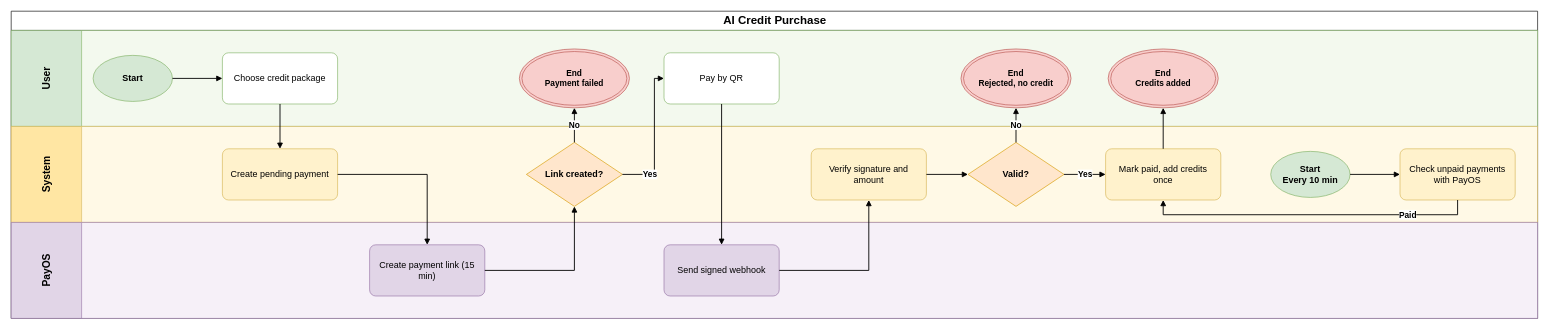
Above: aidlc-docs/inception/main-business-flows/BF-08-AI-Credit-Purchase.drawio in hygef-v4/AI-Powered-Learning-Platform (draw.io), before the change. Source tidied: cells renumbered, new cells numbered last; positions are measured from the earlier drawing's top-left corner, leaving out a move shared by most shapes. Both pictures are drawn from the tidied source at 64%, with x=0, y=0 at pixel (11, 11).
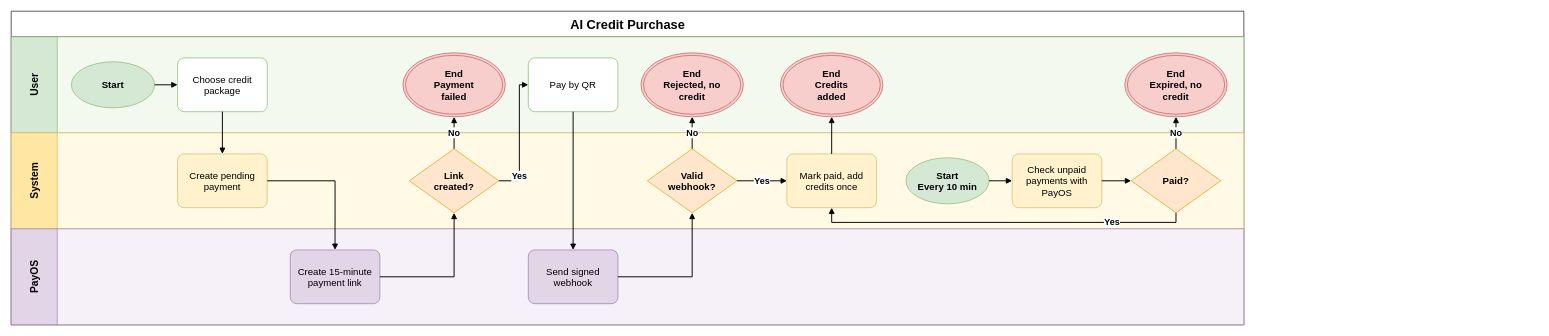
The same diagram, later.

Diff of the diagram source:
```diff
@@
-    <mxCell id="2" value="AI Credit Purchase" style="swimlane;horizontal=1;startSize=30;html=1;fontSize=18;fontStyle=1;align=center;verticalAlign=middle;" parent="1" vertex="1">
-      <mxGeometry width="2385" height="480" as="geometry" />
+    <mxCell id="2" value="AI Credit Purchase" style="swimlane;horizontal=1;startSize=40;html=1;fontSize=20;fontStyle=1;align=center;verticalAlign=middle;" parent="1" vertex="1">
+      <mxGeometry width="1926" height="490" as="geometry" />
     </mxCell>
-    <mxCell id="3" value="User" style="swimlane;startSize=110;horizontal=0;html=1;whiteSpace=wrap;fillColor=#D5E8D4;swimlaneFillColor=#F3F9EE;strokeColor=#82B366;fontSize=16;fontStyle=1;align=center;verticalAlign=middle;spacing=6;" parent="2" vertex="1">
-      <mxGeometry y="30" width="2385" height="150" as="geometry" />
+    <mxCell id="3" value="User" style="swimlane;startSize=72;horizontal=0;html=1;whiteSpace=wrap;fillColor=#D5E8D4;swimlaneFillColor=#F3F9EE;strokeColor=#82B366;fontSize=16;fontStyle=1;align=center;verticalAlign=middle;spacing=4;" parent="2" vertex="1">
+      <mxGeometry y="40" width="1926" height="150" as="geometry" />
     </mxCell>
-    <mxCell id="4" value="System" style="swimlane;startSize=110;horizontal=0;html=1;whiteSpace=wrap;fillColor=#FFE6A3;swimlaneFillColor=#FFF9E6;strokeColor=#D6B656;fontSize=16;fontStyle=1;align=center;verticalAlign=middle;spacing=6;" parent="2" vertex="1">
-      <mxGeometry y="180" width="2385" height="150" as="geometry" />
+    <mxCell id="4" value="System" style="swimlane;startSize=72;horizontal=0;html=1;whiteSpace=wrap;fillColor=#FFE6A3;swimlaneFillColor=#FFF9E6;strokeColor=#D6B656;fontSize=16;fontStyle=1;align=center;verticalAlign=middle;spacing=4;" parent="2" vertex="1">
+      <mxGeometry y="190" width="1926" height="150" as="geometry" />
     </mxCell>
-    <mxCell id="5" value="PayOS" style="swimlane;startSize=110;horizontal=0;html=1;whiteSpace=wrap;fillColor=#E1D5E7;swimlaneFillColor=#F6F0F8;strokeColor=#9673A6;fontSize=16;fontStyle=1;align=center;verticalAlign=middle;spacing=6;" parent="2" vertex="1">
-      <mxGeometry y="330" width="2385" height="150" as="geometry" />
+    <mxCell id="5" value="PayOS" style="swimlane;startSize=72;horizontal=0;html=1;whiteSpace=wrap;fillColor=#E1D5E7;swimlaneFillColor=#F6F0F8;strokeColor=#9673A6;fontSize=16;fontStyle=1;align=center;verticalAlign=middle;spacing=4;" parent="2" vertex="1">
+      <mxGeometry y="340" width="1926" height="150" as="geometry" />
     </mxCell>
-    <mxCell id="6" value="Start" style="ellipse;whiteSpace=wrap;html=1;fillColor=#D5E8D4;strokeColor=#82B366;fontStyle=1;fontSize=14;" parent="3" vertex="1">
-      <mxGeometry x="128" y="39" width="124" height="72" as="geometry" />
+    <mxCell id="6" value="Start" style="ellipse;whiteSpace=wrap;html=1;fillColor=#D5E8D4;strokeColor=#82B366;fontStyle=1;fontSize=15;" parent="3" vertex="1">
+      <mxGeometry x="94" y="39" width="130" height="72" as="geometry" />
     </mxCell>
-    <mxCell id="7" value="Choose credit package" style="rounded=1;whiteSpace=wrap;html=1;fillColor=#FFFFFF;strokeColor=#82B366;fontSize=14;spacing=6;arcSize=12;" parent="3" vertex="1">
-      <mxGeometry x="330" y="35" width="180" height="80" as="geometry" />
+    <mxCell id="7" value="Choose credit package" style="rounded=1;whiteSpace=wrap;html=1;fillColor=#FFFFFF;strokeColor=#82B366;fontSize=15;spacing=5;arcSize=12;" parent="3" vertex="1">
+      <mxGeometry x="260" y="33" width="140" height="84" as="geometry" />
     </mxCell>
-    <mxCell id="8" value="Start&lt;br&gt;Every 10 min" style="ellipse;whiteSpace=wrap;html=1;fillColor=#D5E8D4;strokeColor=#82B366;fontStyle=1;fontSize=14;" parent="4" vertex="1">
-      <mxGeometry x="1968" y="39" width="124" height="72" as="geometry" />
-    </mxCell>
-    <mxCell id="9" value="Check unpaid payments with PayOS" style="rounded=1;whiteSpace=wrap;html=1;fillColor=#FFF2CC;strokeColor=#D6B656;fontSize=14;spacing=6;arcSize=12;" parent="4" vertex="1">
-      <mxGeometry x="2170" y="35" width="180" height="80" as="geometry" />
-    </mxCell>
-    <mxCell id="10" value="Create pending payment" style="rounded=1;whiteSpace=wrap;html=1;fillColor=#FFF2CC;strokeColor=#D6B656;fontSize=14;spacing=6;arcSize=12;" parent="4" vertex="1">
-      <mxGeometry x="330" y="35" width="180" height="80" as="geometry" />
+    <mxCell id="10" value="Create pending payment" style="rounded=1;whiteSpace=wrap;html=1;fillColor=#FFF2CC;strokeColor=#D6B656;fontSize=15;spacing=5;arcSize=12;" parent="4" vertex="1">
+      <mxGeometry x="260" y="33" width="140" height="84" as="geometry" />
     </mxCell>
-    <mxCell id="11" value="Create payment link (15 min)" style="rounded=1;whiteSpace=wrap;html=1;fillColor=#E1D5E7;strokeColor=#9673A6;fontSize=14;spacing=6;arcSize=12;" parent="5" vertex="1">
-      <mxGeometry x="560" y="35" width="180" height="80" as="geometry" />
+    <mxCell id="11" value="Create 15-minute payment link" style="rounded=1;whiteSpace=wrap;html=1;fillColor=#E1D5E7;strokeColor=#9673A6;fontSize=15;spacing=5;arcSize=12;" parent="5" vertex="1">
+      <mxGeometry x="436" y="33" width="140" height="84" as="geometry" />
     </mxCell>
-    <mxCell id="12" value="Link created?" style="rhombus;whiteSpace=wrap;html=1;fillColor=#FFE6CC;strokeColor=#D79B00;fontStyle=1;fontSize=14;spacing=2;" parent="4" vertex="1">
-      <mxGeometry x="805" y="25" width="150" height="100" as="geometry" />
+    <mxCell id="12" value="Link created?" style="rhombus;whiteSpace=wrap;html=1;fillColor=#FFE6CC;strokeColor=#D79B00;fontStyle=1;fontSize=15;spacing=2;spacingLeft=24;spacingRight=24;" parent="4" vertex="1">
+      <mxGeometry x="622" y="25" width="140" height="100" as="geometry" />
     </mxCell>
-    <mxCell id="13" value="End&lt;br&gt;Payment failed" style="ellipse;shape=doubleEllipse;whiteSpace=wrap;html=1;fillColor=#F8CECC;strokeColor=#B85450;fontStyle=1;fontSize=13;" parent="3" vertex="1">
-      <mxGeometry x="794" y="29" width="172" height="92" as="geometry" />
+    <mxCell id="13" value="End&lt;br&gt;Payment failed" style="ellipse;shape=doubleEllipse;whiteSpace=wrap;html=1;fillColor=#F8CECC;strokeColor=#B85450;fontStyle=1;fontSize=15;spacingLeft=26;spacingRight=26;" parent="3" vertex="1">
+      <mxGeometry x="612" y="25" width="160" height="100" as="geometry" />
     </mxCell>
-    <mxCell id="14" value="Pay by QR" style="rounded=1;whiteSpace=wrap;html=1;fillColor=#FFFFFF;strokeColor=#82B366;fontSize=14;spacing=6;arcSize=12;" parent="3" vertex="1">
-      <mxGeometry x="1020" y="35" width="180" height="80" as="geometry" />
+    <mxCell id="14" value="Pay by QR" style="rounded=1;whiteSpace=wrap;html=1;fillColor=#FFFFFF;strokeColor=#82B366;fontSize=15;spacing=5;arcSize=12;" parent="3" vertex="1">
+      <mxGeometry x="808" y="33" width="140" height="84" as="geometry" />
     </mxCell>
-    <mxCell id="15" value="Send signed webhook" style="rounded=1;whiteSpace=wrap;html=1;fillColor=#E1D5E7;strokeColor=#9673A6;fontSize=14;spacing=6;arcSize=12;" parent="5" vertex="1">
-      <mxGeometry x="1020" y="35" width="180" height="80" as="geometry" />
+    <mxCell id="15" value="Send signed webhook" style="rounded=1;whiteSpace=wrap;html=1;fillColor=#E1D5E7;strokeColor=#9673A6;fontSize=15;spacing=5;arcSize=12;" parent="5" vertex="1">
+      <mxGeometry x="808" y="33" width="140" height="84" as="geometry" />
     </mxCell>
-    <mxCell id="16" value="Verify signature and amount" style="rounded=1;whiteSpace=wrap;html=1;fillColor=#FFF2CC;strokeColor=#D6B656;fontSize=14;spacing=6;arcSize=12;" parent="4" vertex="1">
-      <mxGeometry x="1250" y="35" width="180" height="80" as="geometry" />
-    </mxCell>
-    <mxCell id="17" value="Valid?" style="rhombus;whiteSpace=wrap;html=1;fillColor=#FFE6CC;strokeColor=#D79B00;fontStyle=1;fontSize=14;spacing=2;" parent="4" vertex="1">
-      <mxGeometry x="1495" y="25" width="150" height="100" as="geometry" />
+    <mxCell id="17" value="Valid webhook?" style="rhombus;whiteSpace=wrap;html=1;fillColor=#FFE6CC;strokeColor=#D79B00;fontStyle=1;fontSize=15;spacing=2;spacingLeft=24;spacingRight=24;" parent="4" vertex="1">
+      <mxGeometry x="994" y="25" width="140" height="100" as="geometry" />
     </mxCell>
-    <mxCell id="18" value="End&lt;br&gt;Rejected, no credit" style="ellipse;shape=doubleEllipse;whiteSpace=wrap;html=1;fillColor=#F8CECC;strokeColor=#B85450;fontStyle=1;fontSize=13;" parent="3" vertex="1">
-      <mxGeometry x="1484" y="29" width="172" height="92" as="geometry" />
+    <mxCell id="18" value="End&lt;br&gt;Rejected, no credit" style="ellipse;shape=doubleEllipse;whiteSpace=wrap;html=1;fillColor=#F8CECC;strokeColor=#B85450;fontStyle=1;fontSize=15;spacingLeft=26;spacingRight=26;" parent="3" vertex="1">
+      <mxGeometry x="984" y="25" width="160" height="100" as="geometry" />
     </mxCell>
-    <mxCell id="19" value="Mark paid, add credits once" style="rounded=1;whiteSpace=wrap;html=1;fillColor=#FFF2CC;strokeColor=#D6B656;fontSize=14;spacing=6;arcSize=12;" parent="4" vertex="1">
-      <mxGeometry x="1710" y="35" width="180" height="80" as="geometry" />
+    <mxCell id="19" value="Mark paid, add credits once" style="rounded=1;whiteSpace=wrap;html=1;fillColor=#FFF2CC;strokeColor=#D6B656;fontSize=15;spacing=5;arcSize=12;" parent="4" vertex="1">
+      <mxGeometry x="1212" y="33" width="140" height="84" as="geometry" />
     </mxCell>
-    <mxCell id="20" value="End&lt;br&gt;Credits added" style="ellipse;shape=doubleEllipse;whiteSpace=wrap;html=1;fillColor=#F8CECC;strokeColor=#B85450;fontStyle=1;fontSize=13;" parent="3" vertex="1">
-      <mxGeometry x="1714" y="29" width="172" height="92" as="geometry" />
+    <mxCell id="20" value="End&lt;br&gt;Credits added" style="ellipse;shape=doubleEllipse;whiteSpace=wrap;html=1;fillColor=#F8CECC;strokeColor=#B85450;fontStyle=1;fontSize=15;spacingLeft=26;spacingRight=26;" parent="3" vertex="1">
+      <mxGeometry x="1202" y="25" width="160" height="100" as="geometry" />
     </mxCell>
+    <mxCell id="8" value="Start&lt;br&gt;Every 10 min" style="ellipse;whiteSpace=wrap;html=1;fillColor=#D5E8D4;strokeColor=#82B366;fontStyle=1;fontSize=15;" parent="4" vertex="1">
+      <mxGeometry x="1398" y="39" width="130" height="72" as="geometry" />
+    </mxCell>
+    <mxCell id="9" value="Check unpaid payments with PayOS" style="rounded=1;whiteSpace=wrap;html=1;fillColor=#FFF2CC;strokeColor=#D6B656;fontSize=15;spacing=5;arcSize=12;" parent="4" vertex="1">
+      <mxGeometry x="1564" y="33" width="140" height="84" as="geometry" />
+    </mxCell>
+    <mxCell id="35" value="Paid?" style="rhombus;whiteSpace=wrap;html=1;fillColor=#FFE6CC;strokeColor=#D79B00;fontStyle=1;fontSize=15;spacing=2;spacingLeft=24;spacingRight=24;" parent="4" vertex="1">
+      <mxGeometry x="1750" y="25" width="140" height="100" as="geometry" />
+    </mxCell>
+    <mxCell id="36" value="End&lt;br&gt;Expired, no credit" style="ellipse;shape=doubleEllipse;whiteSpace=wrap;html=1;fillColor=#F8CECC;strokeColor=#B85450;fontStyle=1;fontSize=15;spacingLeft=26;spacingRight=26;" parent="3" vertex="1">
+      <mxGeometry x="1740" y="25" width="160" height="100" as="geometry" />
+    </mxCell>
-    <mxCell id="21" style="edgeStyle=orthogonalEdgeStyle;rounded=0;jettySize=18;html=1;endArrow=block;endFill=1;strokeWidth=1.4;labelBackgroundColor=#FFFFFF;fontSize=13;fontStyle=1;exitX=1;exitY=0.5;exitDx=0;exitDy=0;entryX=0;entryY=0.5;entryDx=0;entryDy=0;" parent="1" edge="1" source="6" target="7">
+    <mxCell id="21" style="edgeStyle=orthogonalEdgeStyle;rounded=0;jettySize=18;html=1;endArrow=block;endFill=1;strokeWidth=1.5;labelBackgroundColor=#FFFFFF;fontSize=14;fontStyle=1;exitX=1;exitY=0.5;exitDx=0;exitDy=0;entryX=0;entryY=0.5;entryDx=0;entryDy=0;" parent="1" edge="1" source="6" target="7">
       <mxGeometry relative="1" as="geometry" />
     </mxCell>
-    <mxCell id="22" style="edgeStyle=orthogonalEdgeStyle;rounded=0;jettySize=18;html=1;endArrow=block;endFill=1;strokeWidth=1.4;labelBackgroundColor=#FFFFFF;fontSize=13;fontStyle=1;exitX=0.5;exitY=1;exitDx=0;exitDy=0;entryX=0.5;entryY=0;entryDx=0;entryDy=0;" parent="1" edge="1" source="7" target="10">
+    <mxCell id="22" style="edgeStyle=orthogonalEdgeStyle;rounded=0;jettySize=18;html=1;endArrow=block;endFill=1;strokeWidth=1.5;labelBackgroundColor=#FFFFFF;fontSize=14;fontStyle=1;exitX=0.5;exitY=1;exitDx=0;exitDy=0;entryX=0.5;entryY=0;entryDx=0;entryDy=0;" parent="1" edge="1" source="7" target="10">
       <mxGeometry relative="1" as="geometry" />
     </mxCell>
-    <mxCell id="23" style="edgeStyle=orthogonalEdgeStyle;rounded=0;jettySize=18;html=1;endArrow=block;endFill=1;strokeWidth=1.4;labelBackgroundColor=#FFFFFF;fontSize=13;fontStyle=1;exitX=1;exitY=0.5;exitDx=0;exitDy=0;entryX=0.5;entryY=0;entryDx=0;entryDy=0;" parent="1" edge="1" source="10" target="11">
+    <mxCell id="23" style="edgeStyle=orthogonalEdgeStyle;rounded=0;jettySize=18;html=1;endArrow=block;endFill=1;strokeWidth=1.5;labelBackgroundColor=#FFFFFF;fontSize=14;fontStyle=1;exitX=1;exitY=0.5;exitDx=0;exitDy=0;entryX=0.5;entryY=0;entryDx=0;entryDy=0;" parent="1" edge="1" source="10" target="11">
       <mxGeometry relative="1" as="geometry">
         <Array as="points">
-          <mxPoint x="650" y="255" />
+          <mxPoint x="506" y="265" />
         </Array>
       </mxGeometry>
     </mxCell>
-    <mxCell id="24" style="edgeStyle=orthogonalEdgeStyle;rounded=0;jettySize=18;html=1;endArrow=block;endFill=1;strokeWidth=1.4;labelBackgroundColor=#FFFFFF;fontSize=13;fontStyle=1;exitX=1;exitY=0.5;exitDx=0;exitDy=0;entryX=0.5;entryY=1;entryDx=0;entryDy=0;" parent="1" edge="1" source="11" target="12">
+    <mxCell id="24" style="edgeStyle=orthogonalEdgeStyle;rounded=0;jettySize=18;html=1;endArrow=block;endFill=1;strokeWidth=1.5;labelBackgroundColor=#FFFFFF;fontSize=14;fontStyle=1;exitX=1;exitY=0.5;exitDx=0;exitDy=0;entryX=0.5;entryY=1;entryDx=0;entryDy=0;" parent="1" edge="1" source="11" target="12">
       <mxGeometry relative="1" as="geometry">
         <Array as="points">
-          <mxPoint x="880" y="405" />
+          <mxPoint x="692" y="415" />
         </Array>
       </mxGeometry>
     </mxCell>
-    <mxCell id="25" value="No" style="edgeStyle=orthogonalEdgeStyle;rounded=0;jettySize=18;html=1;endArrow=block;endFill=1;strokeWidth=1.4;labelBackgroundColor=#FFFFFF;fontSize=13;fontStyle=1;exitX=0.5;exitY=0;exitDx=0;exitDy=0;entryX=0.5;entryY=1;entryDx=0;entryDy=0;" parent="1" edge="1" source="12" target="13">
+    <mxCell id="25" value="No" style="edgeStyle=orthogonalEdgeStyle;rounded=0;jettySize=18;html=1;endArrow=block;endFill=1;strokeWidth=1.5;labelBackgroundColor=#FFFFFF;fontSize=14;fontStyle=1;exitX=0.5;exitY=0;exitDx=0;exitDy=0;entryX=0.5;entryY=1;entryDx=0;entryDy=0;" parent="1" edge="1" source="12" target="13">
       <mxGeometry relative="1" as="geometry" />
     </mxCell>
-    <mxCell id="26" value="Yes" style="edgeStyle=orthogonalEdgeStyle;rounded=0;jettySize=18;html=1;endArrow=block;endFill=1;strokeWidth=1.4;labelBackgroundColor=#FFFFFF;fontSize=13;fontStyle=1;exitX=1;exitY=0.5;exitDx=0;exitDy=0;entryX=0;entryY=0.5;entryDx=0;entryDy=0;" parent="1" edge="1" source="12" target="14">
+    <mxCell id="26" value="Yes" style="edgeStyle=orthogonalEdgeStyle;rounded=0;jettySize=18;html=1;endArrow=block;endFill=1;strokeWidth=1.5;labelBackgroundColor=#FFFFFF;fontSize=14;fontStyle=1;exitX=1;exitY=0.5;exitDx=0;exitDy=0;entryX=0;entryY=0.5;entryDx=0;entryDy=0;" parent="1" edge="1" source="12" target="14">
       <mxGeometry x="-0.6" relative="1" as="geometry">
         <Array as="points">
-          <mxPoint x="1005" y="255" />
-          <mxPoint x="1005" y="105" />
+          <mxPoint x="794" y="265" />
+          <mxPoint x="794" y="115" />
         </Array>
       </mxGeometry>
     </mxCell>
-    <mxCell id="27" style="edgeStyle=orthogonalEdgeStyle;rounded=0;jettySize=18;html=1;endArrow=block;endFill=1;strokeWidth=1.4;labelBackgroundColor=#FFFFFF;fontSize=13;fontStyle=1;exitX=0.5;exitY=1;exitDx=0;exitDy=0;entryX=0.5;entryY=0;entryDx=0;entryDy=0;" parent="1" edge="1" source="14" target="15">
+    <mxCell id="27" style="edgeStyle=orthogonalEdgeStyle;rounded=0;jettySize=18;html=1;endArrow=block;endFill=1;strokeWidth=1.5;labelBackgroundColor=#FFFFFF;fontSize=14;fontStyle=1;exitX=0.5;exitY=1;exitDx=0;exitDy=0;entryX=0.5;entryY=0;entryDx=0;entryDy=0;" parent="1" edge="1" source="14" target="15">
       <mxGeometry relative="1" as="geometry" />
     </mxCell>
-    <mxCell id="28" style="edgeStyle=orthogonalEdgeStyle;rounded=0;jettySize=18;html=1;endArrow=block;endFill=1;strokeWidth=1.4;labelBackgroundColor=#FFFFFF;fontSize=13;fontStyle=1;exitX=1;exitY=0.5;exitDx=0;exitDy=0;entryX=0.5;entryY=1;entryDx=0;entryDy=0;" parent="1" edge="1" source="15" target="16">
+    <mxCell id="28" style="edgeStyle=orthogonalEdgeStyle;rounded=0;jettySize=18;html=1;endArrow=block;endFill=1;strokeWidth=1.5;labelBackgroundColor=#FFFFFF;fontSize=14;fontStyle=1;exitX=1;exitY=0.5;exitDx=0;exitDy=0;entryX=0.5;entryY=1;entryDx=0;entryDy=0;" parent="1" edge="1" source="15" target="17">
       <mxGeometry relative="1" as="geometry">
         <Array as="points">
-          <mxPoint x="1340" y="405" />
+          <mxPoint x="1064" y="415" />
         </Array>
       </mxGeometry>
     </mxCell>
-    <mxCell id="29" style="edgeStyle=orthogonalEdgeStyle;rounded=0;jettySize=18;html=1;endArrow=block;endFill=1;strokeWidth=1.4;labelBackgroundColor=#FFFFFF;fontSize=13;fontStyle=1;exitX=1;exitY=0.5;exitDx=0;exitDy=0;entryX=0;entryY=0.5;entryDx=0;entryDy=0;" parent="1" edge="1" source="16" target="17">
+    <mxCell id="29" value="No" style="edgeStyle=orthogonalEdgeStyle;rounded=0;jettySize=18;html=1;endArrow=block;endFill=1;strokeWidth=1.5;labelBackgroundColor=#FFFFFF;fontSize=14;fontStyle=1;exitX=0.5;exitY=0;exitDx=0;exitDy=0;entryX=0.5;entryY=1;entryDx=0;entryDy=0;" parent="1" edge="1" source="17" target="18">
       <mxGeometry relative="1" as="geometry" />
     </mxCell>
-    <mxCell id="30" value="No" style="edgeStyle=orthogonalEdgeStyle;rounded=0;jettySize=18;html=1;endArrow=block;endFill=1;strokeWidth=1.4;labelBackgroundColor=#FFFFFF;fontSize=13;fontStyle=1;exitX=0.5;exitY=0;exitDx=0;exitDy=0;entryX=0.5;entryY=1;entryDx=0;entryDy=0;" parent="1" edge="1" source="17" target="18">
+    <mxCell id="30" value="Yes" style="edgeStyle=orthogonalEdgeStyle;rounded=0;jettySize=18;html=1;endArrow=block;endFill=1;strokeWidth=1.5;labelBackgroundColor=#FFFFFF;fontSize=14;fontStyle=1;exitX=1;exitY=0.5;exitDx=0;exitDy=0;entryX=0;entryY=0.5;entryDx=0;entryDy=0;" parent="1" edge="1" source="17" target="19">
       <mxGeometry relative="1" as="geometry" />
     </mxCell>
-    <mxCell id="31" value="Yes" style="edgeStyle=orthogonalEdgeStyle;rounded=0;jettySize=18;html=1;endArrow=block;endFill=1;strokeWidth=1.4;labelBackgroundColor=#FFFFFF;fontSize=13;fontStyle=1;exitX=1;exitY=0.5;exitDx=0;exitDy=0;entryX=0;entryY=0.5;entryDx=0;entryDy=0;" parent="1" edge="1" source="17" target="19">
+    <mxCell id="31" style="edgeStyle=orthogonalEdgeStyle;rounded=0;jettySize=18;html=1;endArrow=block;endFill=1;strokeWidth=1.5;labelBackgroundColor=#FFFFFF;fontSize=14;fontStyle=1;exitX=1;exitY=0.5;exitDx=0;exitDy=0;entryX=0;entryY=0.5;entryDx=0;entryDy=0;" parent="1" edge="1" source="8" target="9">
       <mxGeometry relative="1" as="geometry" />
     </mxCell>
-    <mxCell id="32" style="edgeStyle=orthogonalEdgeStyle;rounded=0;jettySize=18;html=1;endArrow=block;endFill=1;strokeWidth=1.4;labelBackgroundColor=#FFFFFF;fontSize=13;fontStyle=1;exitX=1;exitY=0.5;exitDx=0;exitDy=0;entryX=0;entryY=0.5;entryDx=0;entryDy=0;" parent="1" edge="1" source="8" target="9">
+    <mxCell id="32" style="edgeStyle=orthogonalEdgeStyle;rounded=0;jettySize=18;html=1;endArrow=block;endFill=1;strokeWidth=1.5;labelBackgroundColor=#FFFFFF;fontSize=14;fontStyle=1;exitX=1;exitY=0.5;exitDx=0;exitDy=0;entryX=0;entryY=0.5;entryDx=0;entryDy=0;" parent="1" edge="1" source="9" target="35">
       <mxGeometry relative="1" as="geometry" />
     </mxCell>
-    <mxCell id="33" value="Paid" style="edgeStyle=orthogonalEdgeStyle;rounded=0;jettySize=18;html=1;endArrow=block;endFill=1;strokeWidth=1.4;labelBackgroundColor=#FFFFFF;fontSize=13;fontStyle=1;exitX=0.5;exitY=1;exitDx=0;exitDy=0;entryX=0.5;entryY=1;entryDx=0;entryDy=0;" parent="1" edge="1" source="9" target="19">
+    <mxCell id="33" value="Yes" style="edgeStyle=orthogonalEdgeStyle;rounded=0;jettySize=18;html=1;endArrow=block;endFill=1;strokeWidth=1.5;labelBackgroundColor=#FFFFFF;fontSize=14;fontStyle=1;exitX=0.5;exitY=1;exitDx=0;exitDy=0;entryX=0.5;entryY=1;entryDx=0;entryDy=0;" parent="1" edge="1" source="35" target="19">
       <mxGeometry x="-0.6" relative="1" as="geometry">
         <Array as="points">
-          <mxPoint x="2260" y="318" />
-          <mxPoint x="1800" y="318" />
+          <mxPoint x="1820" y="330" />
+          <mxPoint x="1282" y="330" />
         </Array>
       </mxGeometry>
     </mxCell>
-    <mxCell id="34" style="edgeStyle=orthogonalEdgeStyle;rounded=0;jettySize=18;html=1;endArrow=block;endFill=1;strokeWidth=1.4;labelBackgroundColor=#FFFFFF;fontSize=13;fontStyle=1;exitX=0.5;exitY=0;exitDx=0;exitDy=0;entryX=0.5;entryY=1;entryDx=0;entryDy=0;" parent="1" edge="1" source="19" target="20">
+    <mxCell id="34" value="No" style="edgeStyle=orthogonalEdgeStyle;rounded=0;jettySize=18;html=1;endArrow=block;endFill=1;strokeWidth=1.5;labelBackgroundColor=#FFFFFF;fontSize=14;fontStyle=1;exitX=0.5;exitY=0;exitDx=0;exitDy=0;entryX=0.5;entryY=1;entryDx=0;entryDy=0;" parent="1" edge="1" source="35" target="36">
       <mxGeometry relative="1" as="geometry" />
     </mxCell>
+    <mxCell id="37" style="edgeStyle=orthogonalEdgeStyle;rounded=0;jettySize=18;html=1;endArrow=block;endFill=1;strokeWidth=1.5;labelBackgroundColor=#FFFFFF;fontSize=14;fontStyle=1;exitX=0.5;exitY=0;exitDx=0;exitDy=0;entryX=0.5;entryY=1;entryDx=0;entryDy=0;" parent="1" edge="1" source="19" target="20">
+      <mxGeometry relative="1" as="geometry" />
+    </mxCell>
```
